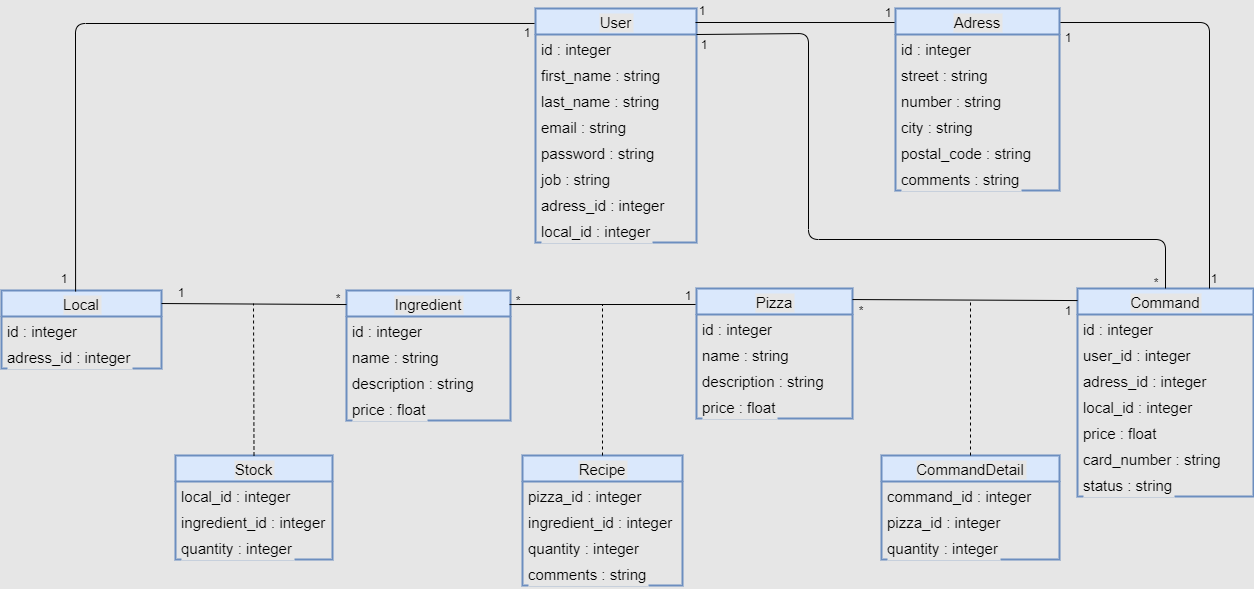
Tony380/Projet6 keeps this draw.io diagram as class_diagram.png. Above is the earlier version. Source tidied: cells renumbered, new cells last; positions are measured from the earlier drawing's top-left corner, leaving out a move shared by most shapes.
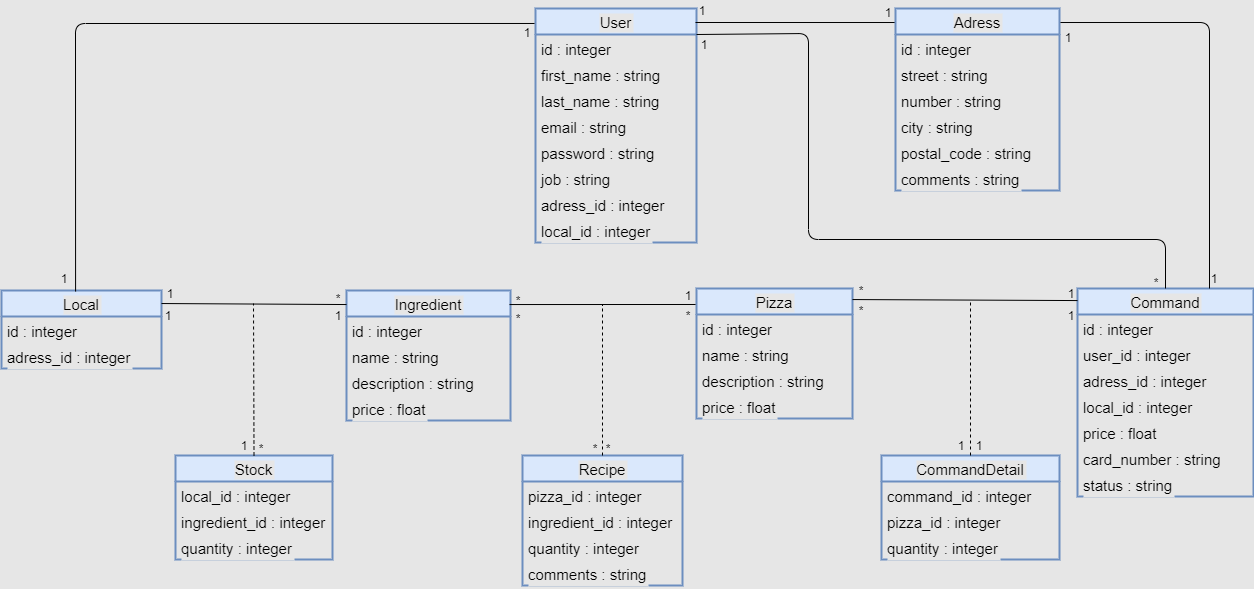
The same diagram one commit later.

Commit message:
component diagram

Diff of the diagram source:
```diff
@@ -205,10 +205,10 @@
       </mxGeometry>
     </mxCell>
     <mxCell id="62" value="1" style="text;html=1;strokeColor=none;fillColor=none;align=center;verticalAlign=middle;whiteSpace=wrap;rounded=0;" parent="1" vertex="1">
-      <mxGeometry x="1047" y="300" width="40" height="20" as="geometry" />
+      <mxGeometry x="1050" y="283" width="40" height="20" as="geometry" />
     </mxCell>
     <mxCell id="63" value="*" style="text;html=1;strokeColor=none;fillColor=none;align=center;verticalAlign=middle;whiteSpace=wrap;rounded=0;" parent="1" vertex="1">
-      <mxGeometry x="840" y="300" width="40" height="20" as="geometry" />
+      <mxGeometry x="840" y="280" width="40" height="20" as="geometry" />
     </mxCell>
     <mxCell id="64" value="1" style="text;html=1;strokeColor=none;fillColor=none;align=center;verticalAlign=middle;whiteSpace=wrap;rounded=0;" parent="1" vertex="1">
       <mxGeometry x="1047" y="27" width="40" height="20" as="geometry" />
@@ -235,7 +235,7 @@
       <mxGeometry x="667" y="285" width="40" height="20" as="geometry" />
     </mxCell>
     <mxCell id="72" value="1" style="text;html=1;strokeColor=none;fillColor=none;align=center;verticalAlign=middle;whiteSpace=wrap;rounded=0;" parent="1" vertex="1">
-      <mxGeometry x="160" y="282" width="40" height="20" as="geometry" />
+      <mxGeometry x="149" y="283" width="40" height="20" as="geometry" />
     </mxCell>
     <mxCell id="73" value="*" style="text;html=1;strokeColor=none;fillColor=none;align=center;verticalAlign=middle;whiteSpace=wrap;rounded=0;" parent="1" vertex="1">
       <mxGeometry x="317" y="288" width="40" height="20" as="geometry" />
@@ -246,5 +246,41 @@
     <mxCell id="75" value="1" style="text;html=1;strokeColor=none;fillColor=none;align=center;verticalAlign=middle;whiteSpace=wrap;rounded=0;" parent="1" vertex="1">
       <mxGeometry x="506" y="22" width="40" height="20" as="geometry" />
     </mxCell>
+    <mxCell id="76" value="*" style="text;html=1;strokeColor=none;fillColor=none;align=center;verticalAlign=middle;whiteSpace=wrap;rounded=0;" parent="1" vertex="1">
+      <mxGeometry x="240" y="438" width="40" height="20" as="geometry" />
+    </mxCell>
+    <mxCell id="77" value="1" style="text;html=1;strokeColor=none;fillColor=none;align=center;verticalAlign=middle;whiteSpace=wrap;rounded=0;" parent="1" vertex="1">
+      <mxGeometry x="317" y="305" width="40" height="20" as="geometry" />
+    </mxCell>
+    <mxCell id="78" value="1" style="text;html=1;strokeColor=none;fillColor=none;align=center;verticalAlign=middle;whiteSpace=wrap;rounded=0;" parent="1" vertex="1">
+      <mxGeometry x="147" y="305" width="40" height="20" as="geometry" />
+    </mxCell>
+    <mxCell id="79" value="1" style="text;html=1;strokeColor=none;fillColor=none;align=center;verticalAlign=middle;whiteSpace=wrap;rounded=0;" parent="1" vertex="1">
+      <mxGeometry x="223" y="435" width="40" height="20" as="geometry" />
+    </mxCell>
+    <mxCell id="80" value="*" style="text;html=1;strokeColor=none;fillColor=none;align=center;verticalAlign=middle;whiteSpace=wrap;rounded=0;" parent="1" vertex="1">
+      <mxGeometry x="574" y="438" width="40" height="20" as="geometry" />
+    </mxCell>
+    <mxCell id="81" value="*" style="text;html=1;strokeColor=none;fillColor=none;align=center;verticalAlign=middle;whiteSpace=wrap;rounded=0;" parent="1" vertex="1">
+      <mxGeometry x="497" y="308" width="40" height="20" as="geometry" />
+    </mxCell>
+    <mxCell id="82" value="*" style="text;html=1;strokeColor=none;fillColor=none;align=center;verticalAlign=middle;whiteSpace=wrap;rounded=0;" parent="1" vertex="1">
+      <mxGeometry x="840" y="300" width="40" height="20" as="geometry" />
+    </mxCell>
+    <mxCell id="83" value="1" style="text;html=1;strokeColor=none;fillColor=none;align=center;verticalAlign=middle;whiteSpace=wrap;rounded=0;" parent="1" vertex="1">
+      <mxGeometry x="940" y="435" width="40" height="20" as="geometry" />
+    </mxCell>
+    <mxCell id="84" value="1" style="text;html=1;strokeColor=none;fillColor=none;align=center;verticalAlign=middle;whiteSpace=wrap;rounded=0;" parent="1" vertex="1">
+      <mxGeometry x="1050" y="305" width="40" height="20" as="geometry" />
+    </mxCell>
+    <mxCell id="85" value="1" style="text;html=1;strokeColor=none;fillColor=none;align=center;verticalAlign=middle;whiteSpace=wrap;rounded=0;" parent="1" vertex="1">
+      <mxGeometry x="958" y="435" width="40" height="20" as="geometry" />
+    </mxCell>
+    <mxCell id="86" value="*" style="text;html=1;strokeColor=none;fillColor=none;align=center;verticalAlign=middle;whiteSpace=wrap;rounded=0;" parent="1" vertex="1">
+      <mxGeometry x="587" y="438" width="40" height="20" as="geometry" />
+    </mxCell>
+    <mxCell id="87" value="*" style="text;html=1;strokeColor=none;fillColor=none;align=center;verticalAlign=middle;whiteSpace=wrap;rounded=0;" parent="1" vertex="1">
+      <mxGeometry x="667" y="305" width="40" height="20" as="geometry" />
+    </mxCell>
   </root>
 </mxGraphModel>
```
